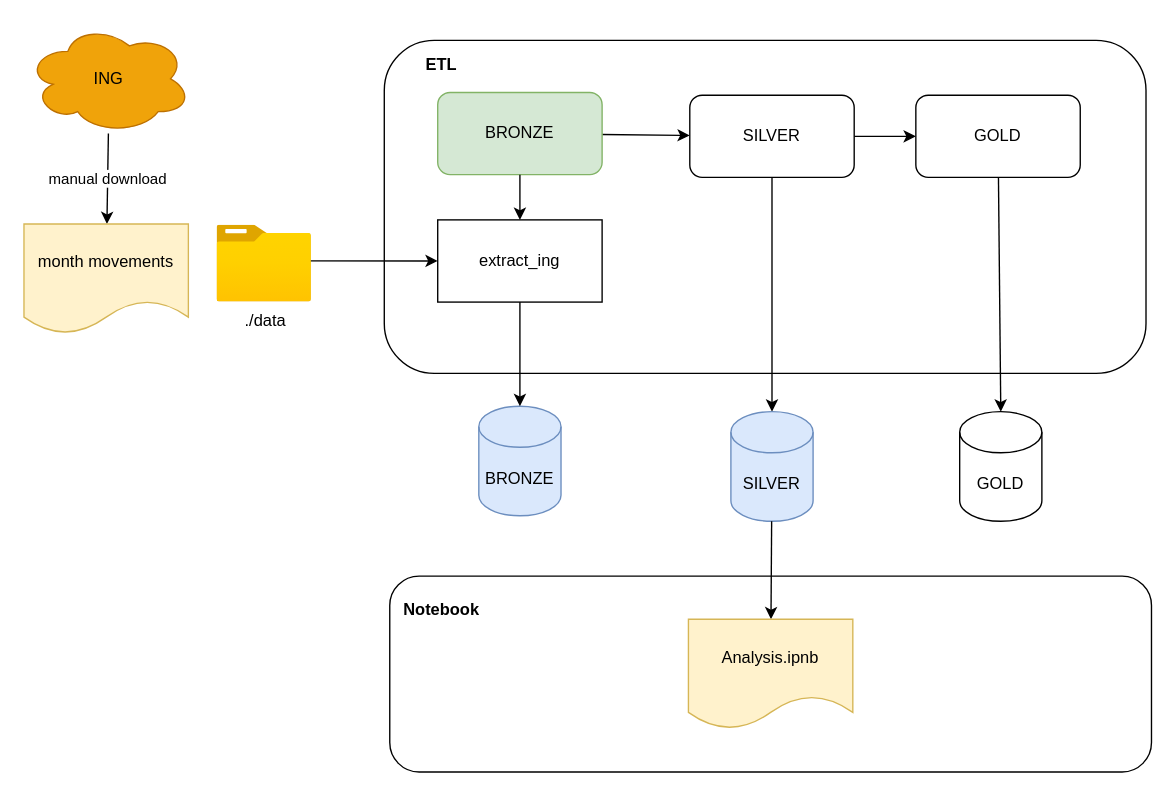
This is page "Components" (5 of 7) of diagrams/diagrams.dio from cperezh/DataEng_Patterns, a draw.io file, before an edit. Source tidied: cells renumbered, new cells numbered last; positions are measured from the earlier drawing's top-left corner, leaving out a move shared by most shapes. Both pictures are drawn from the tidied source at 137%, with x=0, y=0 at pixel (23, 23).
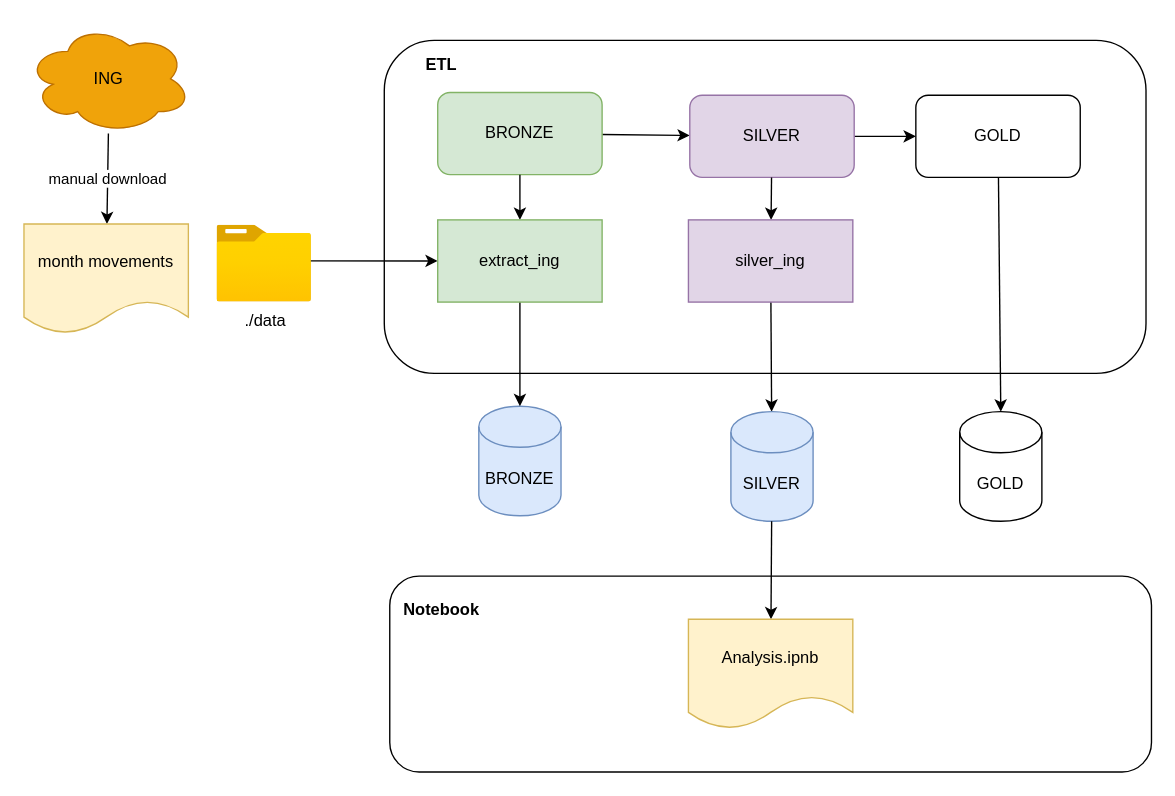
The same page after the edit.

The change refers to these unchanged cells:
```xml
<mxCell id="15" value="SILVER" style="shape=cylinder3;whiteSpace=wrap;html=1;boundedLbl=1;backgroundOutline=1;size=15;fillColor=#dae8fc;strokeColor=#6c8ebf;" parent="1" vertex="1">
  <mxGeometry x="516" y="283" width="60" height="80" as="geometry" />
</mxCell>
```

What changed in the source:
```diff
@@
-    <mxCell id="11" style="edgeStyle=none;html=1;" parent="1" edge="1" source="13" target="15">
+    <mxCell id="11" style="edgeStyle=none;html=1;" parent="1" edge="1" source="27" target="15">
       <mxGeometry relative="1" as="geometry" />
     </mxCell>
@@
-    <mxCell id="13" value="SILVER" style="rounded=1;whiteSpace=wrap;html=1;" parent="1" vertex="1">
+    <mxCell id="13" value="SILVER" style="rounded=1;whiteSpace=wrap;html=1;fillColor=#e1d5e7;strokeColor=#9673a6;" parent="1" vertex="1">
       <mxGeometry x="486" y="52" width="120" height="60" as="geometry" />
     </mxCell>
@@
-    <mxCell id="25" value="extract_ing" style="rounded=0;whiteSpace=wrap;html=1;" parent="1" vertex="1">
+    <mxCell id="25" value="extract_ing" style="rounded=0;whiteSpace=wrap;html=1;fillColor=#d5e8d4;strokeColor=#82b366;" parent="1" vertex="1">
       <mxGeometry x="302" y="143" width="120" height="60" as="geometry" />
     </mxCell>
+    <mxCell id="26" style="edgeStyle=none;html=1;" parent="1" edge="1" source="13" target="27">
+      <mxGeometry relative="1" as="geometry" />
+    </mxCell>
+    <mxCell id="27" value="silver_ing" style="rounded=0;whiteSpace=wrap;html=1;fillColor=#e1d5e7;strokeColor=#9673a6;" parent="1" vertex="1">
+      <mxGeometry x="485" y="143" width="120" height="60" as="geometry" />
+    </mxCell>
```
